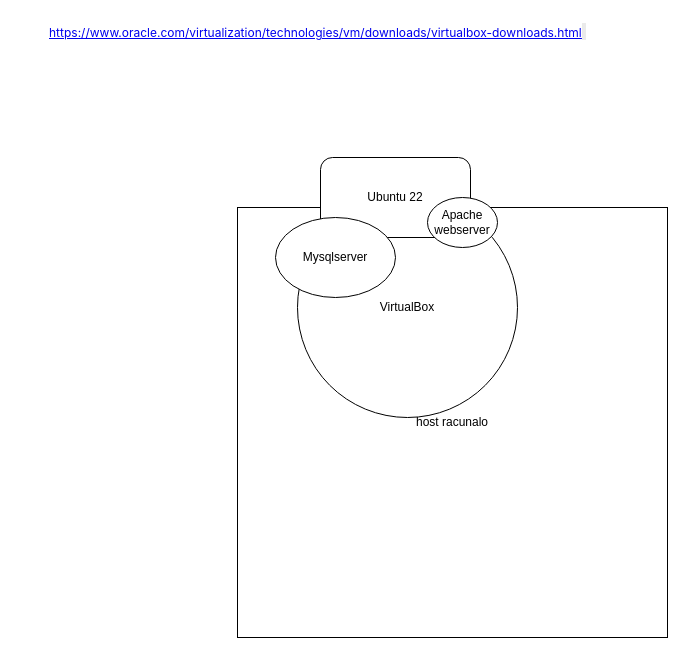
Backend2023/okruzenje keeps this draw.io diagram as okruzenje.drawio. Above is the earlier version. Source tidied: cells renumbered, new cells numbered last; positions are measured from the earlier drawing's top-left corner, leaving out a move shared by most shapes. Both pictures are drawn from the tidied source at 100%, with x=0, y=0 at pixel (47, 17).
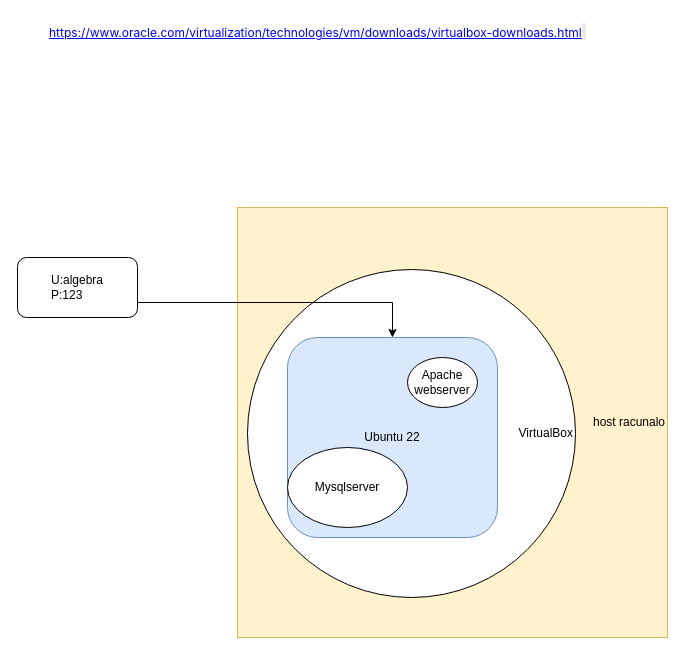
After the change.

The edit, as a diff of the source:
```diff
@@
 <mxGraphModel>
   <root>
     <mxCell id="0" />
     <mxCell id="1" parent="0" />
-    <mxCell id="2" value="host racunalo" style="whiteSpace=wrap;html=1;" parent="1" vertex="1">
+    <mxCell id="2" value="host racunalo" style="whiteSpace=wrap;html=1;align=right;fillColor=#fff2cc;strokeColor=#d6b656;" parent="1" vertex="1">
       <mxGeometry x="190" y="190" width="430" height="430" as="geometry" />
     </mxCell>
-    <mxCell id="3" value="VirtualBox" style="ellipse;whiteSpace=wrap;html=1;" parent="1" vertex="1">
-      <mxGeometry x="250" y="180" width="220" height="220" as="geometry" />
+    <mxCell id="3" value="VirtualBox" style="ellipse;whiteSpace=wrap;html=1;align=right;" parent="1" vertex="1">
+      <mxGeometry x="200" y="252" width="328" height="328" as="geometry" />
     </mxCell>
-    <mxCell id="4" value="Ubuntu 22" style="rounded=1;whiteSpace=wrap;html=1;" parent="1" vertex="1">
-      <mxGeometry x="273" y="140" width="150" height="80" as="geometry" />
+    <mxCell id="4" value="Ubuntu 22" style="rounded=1;whiteSpace=wrap;html=1;fillColor=#dae8fc;strokeColor=#6c8ebf;" parent="1" vertex="1">
+      <mxGeometry x="240" y="320" width="210" height="200" as="geometry" />
     </mxCell>
     <mxCell id="5" value="Apache webserver" style="ellipse;whiteSpace=wrap;html=1;" parent="1" vertex="1">
-      <mxGeometry x="380" y="180" width="70" height="50" as="geometry" />
+      <mxGeometry x="360" y="340" width="70" height="50" as="geometry" />
     </mxCell>
     <mxCell id="6" value="Mysqlserver" style="ellipse;whiteSpace=wrap;html=1;" parent="1" vertex="1">
-      <mxGeometry x="228" y="200" width="120" height="80" as="geometry" />
+      <mxGeometry x="240" y="430" width="120" height="80" as="geometry" />
     </mxCell>
     <mxCell id="7" value="&lt;span class=&quot;chatIndividualMessageContent--ZoTO-kllP1-hUR76ZCyod&quot; style=&quot;width: 100%; height: fit-content; font-size: 0.75rem; word-break: break-word; color: rgb(75, 75, 75); overflow-wrap: break-word; font-family: adobe-clean, &amp;quot;Source Sans Pro&amp;quot;, -apple-system, BlinkMacSystemFont, &amp;quot;Segoe UI&amp;quot;, Roboto, sans-serif; font-style: normal; font-variant-ligatures: normal; font-variant-caps: normal; font-weight: 400; letter-spacing: normal; orphans: 2; text-align: start; text-indent: 0px; text-transform: none; widows: 2; word-spacing: 0px; -webkit-text-stroke-width: 0px; text-decoration-thickness: initial; text-decoration-style: initial; text-decoration-color: initial;&quot;&gt;&lt;font color=&quot;#0000FF&quot;&gt;&lt;u&gt;&lt;a role=&quot;link&quot; tabindex=&quot;2488&quot; href=&quot;https://www.oracle.com/virtualization/technologies/vm/downloads/virtualbox-downloads.html&quot; target=&quot;_blank&quot; style=&quot;background-color: transparent;&quot;&gt;https://www.oracle.com/virtualization/technologies/vm/downloads/virtualbox-downloads.html&lt;/a&gt;&lt;/u&gt;&lt;/font&gt;&lt;/span&gt;&lt;span style=&quot;color: rgb(75, 75, 75); font-family: adobe-clean, &amp;quot;Source Sans Pro&amp;quot;, -apple-system, BlinkMacSystemFont, &amp;quot;Segoe UI&amp;quot;, Roboto, sans-serif; font-size: 14px; font-style: normal; font-variant-ligatures: normal; font-variant-caps: normal; font-weight: 400; letter-spacing: normal; orphans: 2; text-align: start; text-indent: 0px; text-transform: none; widows: 2; word-spacing: 0px; -webkit-text-stroke-width: 0px; background-color: rgb(234, 234, 234); text-decoration-thickness: initial; text-decoration-style: initial; text-decoration-color: initial; float: none; display: inline !important;&quot;&gt;&amp;nbsp;&lt;/span&gt;" style="text;whiteSpace=wrap;html=1;" parent="1" vertex="1">
       <mxGeometry width="560" height="40" as="geometry" />
     </mxCell>
+    <mxCell id="8" style="edgeStyle=orthogonalEdgeStyle;rounded=0;jettySize=auto;html=1;exitX=1;exitY=0.75;exitDx=0;exitDy=0;entryX=0.5;entryY=0;entryDx=0;entryDy=0;" parent="1" edge="1" source="9" target="4">
+      <mxGeometry relative="1" as="geometry" />
+    </mxCell>
+    <mxCell id="9" value="U:algebra&lt;br&gt;&lt;div style=&quot;text-align: left;&quot;&gt;&lt;span style=&quot;background-color: initial;&quot;&gt;P:123&lt;/span&gt;&lt;/div&gt;" style="rounded=1;whiteSpace=wrap;html=1;" parent="1" vertex="1">
+      <mxGeometry x="-30" y="240" width="120" height="60" as="geometry" />
+    </mxCell>
   </root>
 </mxGraphModel>
```
